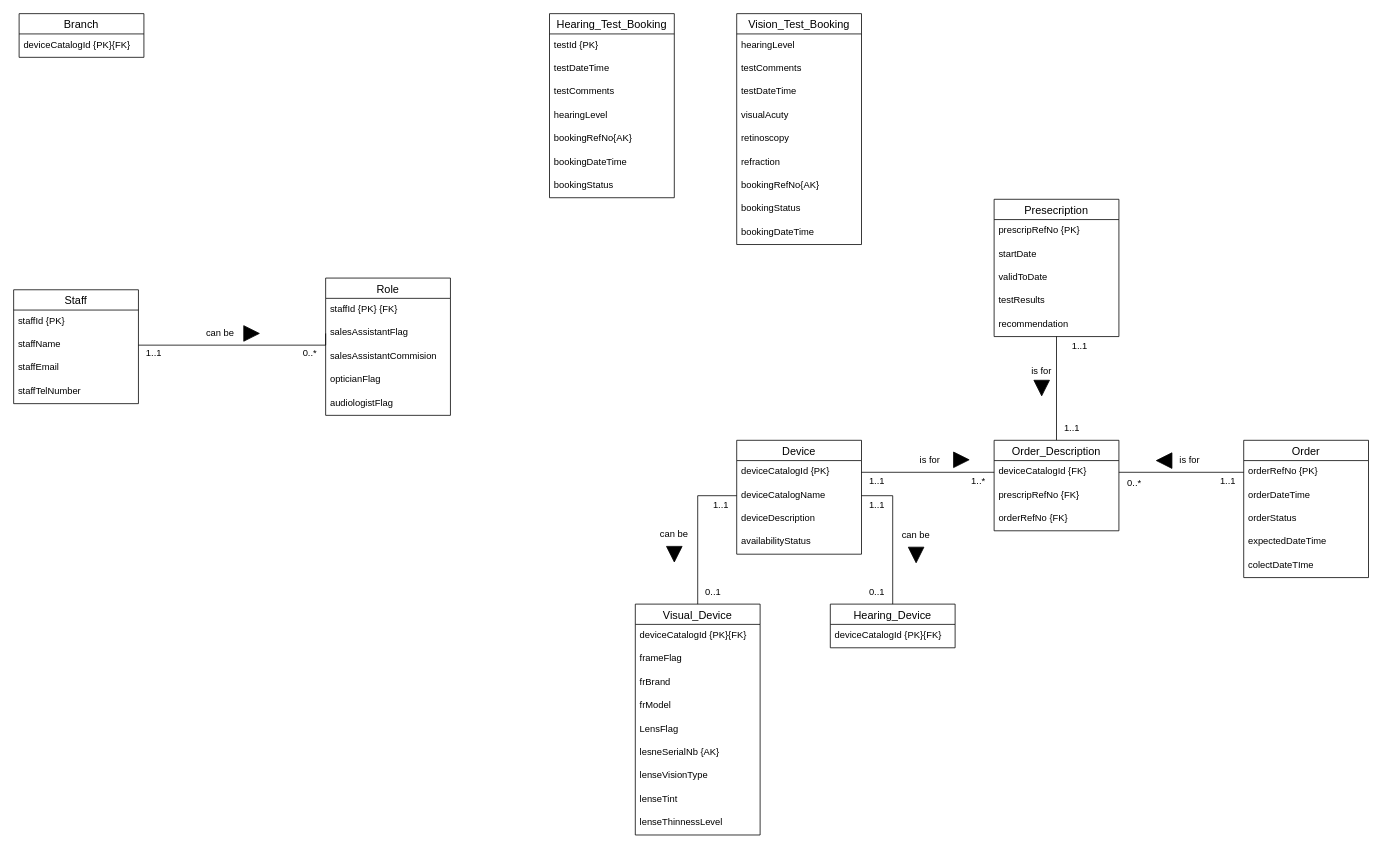
ChitharaKarunasekera/DatabaseSystemsTutorials keeps this draw.io diagram as Tutorial 4/Lecture4MappingEx.drawio. Above is the earlier version. Source tidied: cells renumbered, new cells numbered last; positions are measured from the earlier drawing's top-left corner, leaving out a move shared by most shapes. Both pictures are drawn from the tidied source at 78%, with x=0, y=0 at pixel (13, 13).
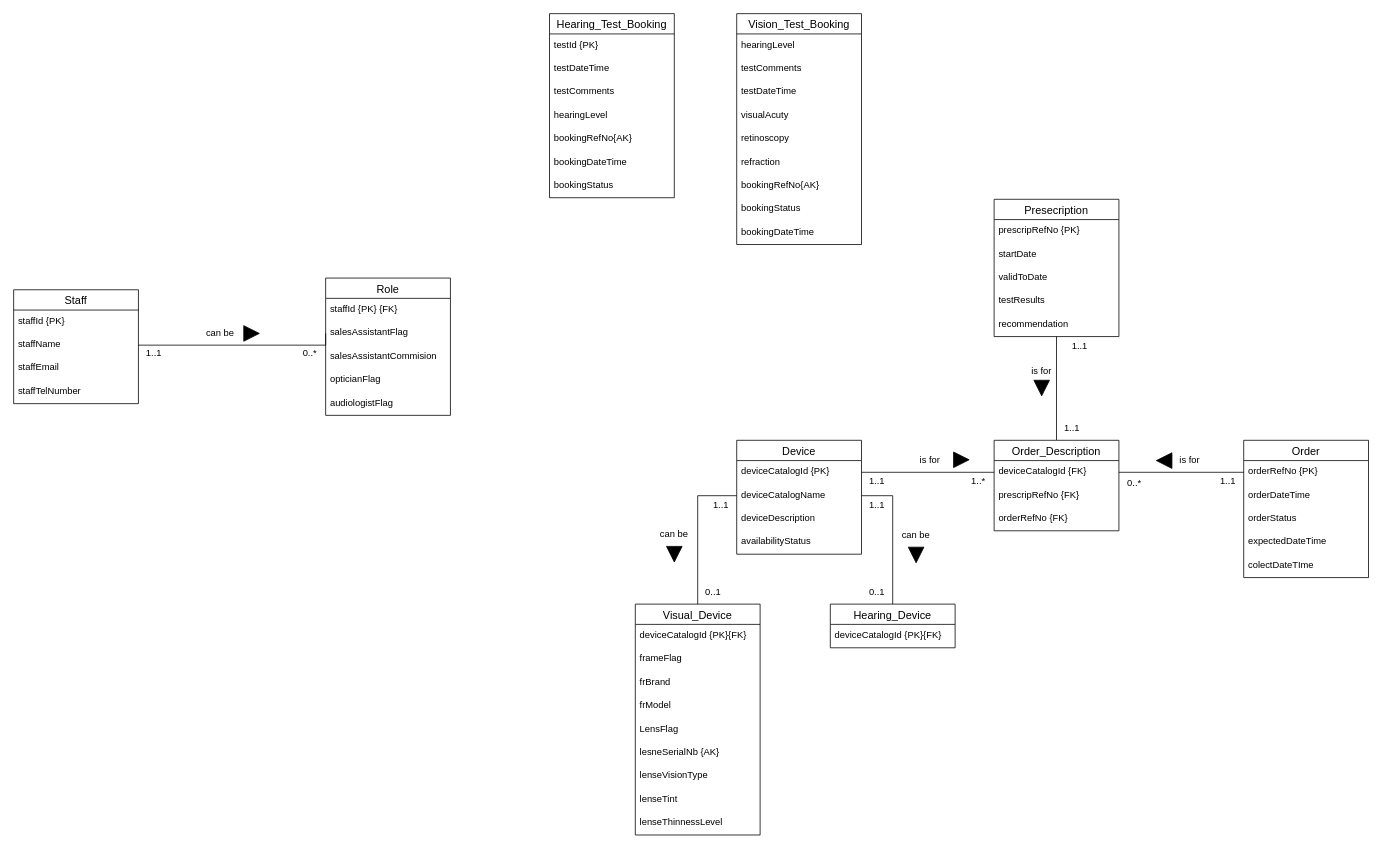
Above is the later version.

Change to the diagram source:
```diff
@@
-    <mxCell id="63" value="Branch" style="swimlane;fontStyle=0;horizontal=1;startSize=26;align=center;fontSize=14;" parent="1" vertex="1">
-      <mxGeometry x="7" width="160" height="56" as="geometry" />
-    </mxCell>
-    <mxCell id="64" value="deviceCatalogId {PK}{FK}" style="text;strokeColor=none;fillColor=none;spacingLeft=4;spacingRight=4;overflow=hidden;fontSize=12;" parent="63" vertex="1">
-      <mxGeometry y="26" width="160" height="30" as="geometry" />
-    </mxCell>
```
